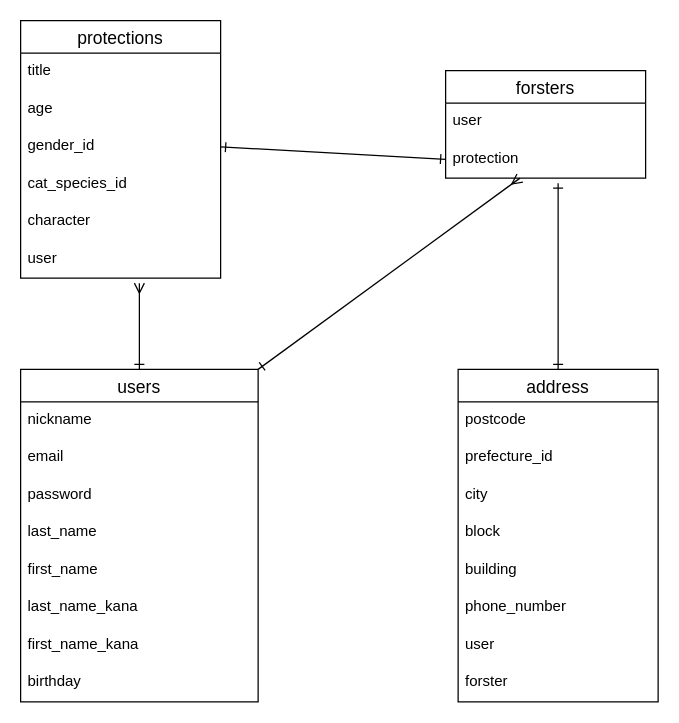
This is page "ページ1" (1 of 2) of test.dio from arakinoko/cat-protection, a draw.io file, before an edit. Source tidied: cells renumbered, new cells numbered last; positions are measured from the earlier drawing's top-left corner, leaving out a move shared by most shapes. Both pictures are drawn from the tidied source at 125%, with x=0, y=0 at pixel (20, 20).
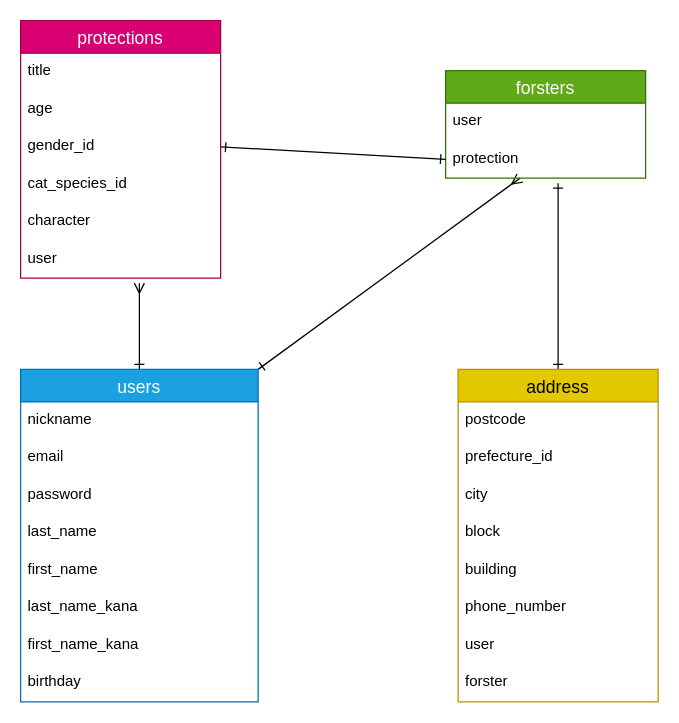
The same page after the edit.

Change to the diagram source:
```diff
@@
-    <mxCell id="4" value="users" style="swimlane;fontStyle=0;horizontal=1;startSize=26;align=center;fontSize=14;" parent="1" vertex="1">
+    <mxCell id="4" value="users" style="swimlane;fontStyle=0;horizontal=1;startSize=26;align=center;fontSize=14;fillColor=#1ba1e2;fontColor=#ffffff;strokeColor=#006EAF;" parent="1" vertex="1">
       <mxGeometry y="279" width="190" height="266" as="geometry" />
     </mxCell>
@@
-    <mxCell id="13" value="forsters" style="swimlane;fontStyle=0;horizontal=1;startSize=26;align=center;fontSize=14;" parent="1" vertex="1">
+    <mxCell id="13" value="forsters" style="swimlane;fontStyle=0;horizontal=1;startSize=26;align=center;fontSize=14;fillColor=#60a917;fontColor=#ffffff;strokeColor=#2D7600;" parent="1" vertex="1">
       <mxGeometry x="340" y="40" width="160" height="86" as="geometry" />
     </mxCell>
-    <mxCell id="14" value="user" style="text;strokeColor=none;fillColor=none;spacingLeft=4;spacingRight=4;overflow=hidden;fontSize=12;" parent="13" vertex="1">
+    <mxCell id="14" value="user" style="text;strokeColor=none;fillColor=none;spacingLeft=4;spacingRight=4;overflow=hidden;fontSize=12;labelBorderColor=none;" parent="13" vertex="1">
       <mxGeometry y="26" width="160" height="30" as="geometry" />
     </mxCell>
@@
-    <mxCell id="16" value="protections" style="swimlane;fontStyle=0;horizontal=1;startSize=26;align=center;fontSize=14;" parent="1" vertex="1">
+    <mxCell id="16" value="protections" style="swimlane;fontStyle=0;horizontal=1;startSize=26;align=center;fontSize=14;fillColor=#d80073;fontColor=#ffffff;strokeColor=#A50040;" parent="1" vertex="1">
       <mxGeometry width="160" height="206" as="geometry" />
     </mxCell>
@@
-    <mxCell id="24" value="address" style="swimlane;fontStyle=0;horizontal=1;startSize=26;align=center;fontSize=14;" parent="1" vertex="1">
+    <mxCell id="24" value="address" style="swimlane;fontStyle=0;horizontal=1;startSize=26;align=center;fontSize=14;fillColor=#e3c800;fontColor=#000000;strokeColor=#B09500;swimlaneFillColor=default;" parent="1" vertex="1">
       <mxGeometry x="350" y="279" width="160" height="266" as="geometry" />
     </mxCell>
```
